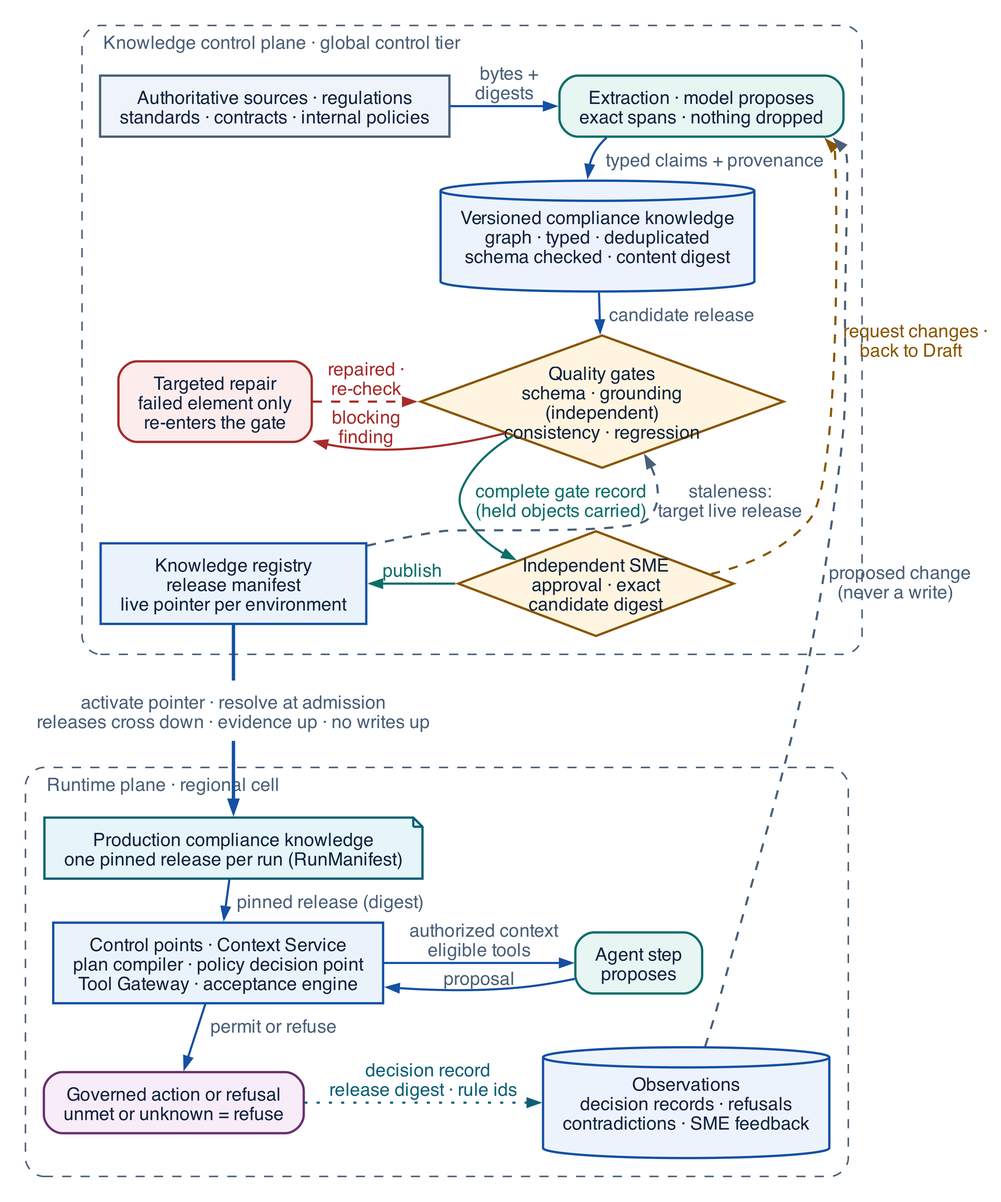
Before: assets/diagrams/knowledge-lifecycle.png, a diagram exported from Graphviz (rrahimi-uci/building-enterprise-general-intelligence). Its source is kept beside it as assets/diagrams/src/knowledge-lifecycle.gv. Its diagram source:
```dot
digraph knowledge_lifecycle {
  rankdir = TB
  graph [pad=0.12, ranksep=0.14, nodesep=0.30, forcelabels=true]
  node [fontsize=12]
  edge [fontsize=12]

  subgraph cluster_control {
    label="  Knowledge control plane · global control tier  "
    labeljust="l"
    fontsize=12
    fontcolor="#4A6078"
    color="#4A6078"
    style="dashed,rounded"
    margin=12

    sources [label="Authoritative sources · regulations\nstandards · contracts · internal policies",
             fillcolor="#EEF4FA", color="#4A6078", style=filled]
    extract [label="Extraction · model proposes\nexact spans · nothing dropped",
             fillcolor="#E7F5F3", color="#0D6E69"]
    graph_ [label="Versioned compliance knowledge\ngraph · typed · deduplicated\nschema checked · content digest",
            shape=cylinder, style=filled, fillcolor="#EDF3FC", color="#1450A3"]
    repair [label="Targeted repair\nfailed element only\nre-enters the gate",
            fillcolor="#FCECEC", color="#A62C2C"]
    gates [label="Quality gates\nschema · grounding\n(independent)\nconsistency · regression",
           shape=diamond, style=filled, fillcolor="#FFF4DF", color="#8A5600",
           height=1.2, width=2.5, margin="0.02,0.02"]
    approve [label="Independent SME\napproval · exact\ncandidate digest",
             shape=diamond, style=filled, fillcolor="#FFF4DF", color="#8A5600",
             height=0.95, width=2.5, margin="0.02,0.02"]
    registry [label="Knowledge registry\nrelease manifest\nlive pointer per environment",
              fillcolor="#EAF3FB", color="#1450A3", style=filled]

    { rank=same; sources; extract }
    { rank=same; repair; gates }
    { rank=same; registry; approve }
    sources -> extract [label="  bytes +\n  digests  "]
    extract -> graph_ [label="  typed claims + provenance  "]
    repair -> gates [style=invis]
    sources -> repair [style=invis]
    repair -> registry [style=invis]
    graph_ -> gates [label="  candidate release  "]
    gates -> approve [label="  complete gate record\n  (held objects carried)", color="#0D6E69", fontcolor="#0D6E69"]
  }

  boundary [shape=plaintext, style="", fontsize=12, fontcolor="#4A6078",
            label="activate pointer · resolve at admission\nreleases cross down · evidence up · no writes up"]

  subgraph cluster_runtime {
    label="  Runtime plane · regional cell  "
    labeljust="l"
    fontsize=12
    fontcolor="#4A6078"
    color="#4A6078"
    style="dashed,rounded"
    margin=12

    production [label="Production compliance knowledge\none pinned release per run (RunManifest)",
                shape=note, style=filled, fillcolor="#E6F5F9", color="#0B6076"]
    controls [label="Control points · Context Service\nplan compiler · policy decision point\nTool Gateway · acceptance engine",
              fillcolor="#EAF3FB", color="#1450A3", style=filled]
    agent [label="Agent step\nproposes", fillcolor="#E7F5F3", color="#0D6E69"]
    effect [label="Governed action or refusal\nunmet or unknown = refuse",
            fillcolor="#F7ECF8", color="#6A2E6E"]
    observe [label="Observations\ndecision records · refusals\ncontradictions · SME feedback",
             shape=cylinder, style=filled, fillcolor="#EDF3FC", color="#1450A3"]

    { rank=same; controls; agent }
    { rank=same; effect; observe }
    controls -> agent [label="  authorized context\n  eligible tools  "]
    agent -> controls [label="  proposal  "]
    effect -> observe [label="  decision record\n  release digest · rule ids  ", style=dotted,
                       color="#0B6076", fontcolor="#0B6076"]
  }

  gates -> repair [label="blocking\nfinding", color="#A62C2C", fontcolor="#A62C2C", constraint=false]
  repair -> gates [label="repaired ·\nre-check", style=dashed, color="#A62C2C", fontcolor="#A62C2C", constraint=false]
  approve -> extract [xlabel="  request changes ·\n  back to Draft  ", style=dashed,
                      color="#8A5600", fontcolor="#8A5600", constraint=false]
  approve -> registry [label="publish", color="#0D6E69", fontcolor="#0D6E69"]
  registry -> gates [label="staleness:\ntarget live release", style=dashed,
                     color="#4A6078", fontcolor="#4A6078", constraint=false]

  registry -> boundary [arrowhead=none, penwidth=2.2]
  boundary -> production [penwidth=2.2]

  production -> controls [label="  pinned release (digest)  "]
  controls -> effect [label="  permit or refuse  "]
  observe -> extract [xlabel="  proposed change\n  (never a write)  ", style=dashed,
                      color="#4A6078", fontcolor="#4A6078", constraint=false]
}
```
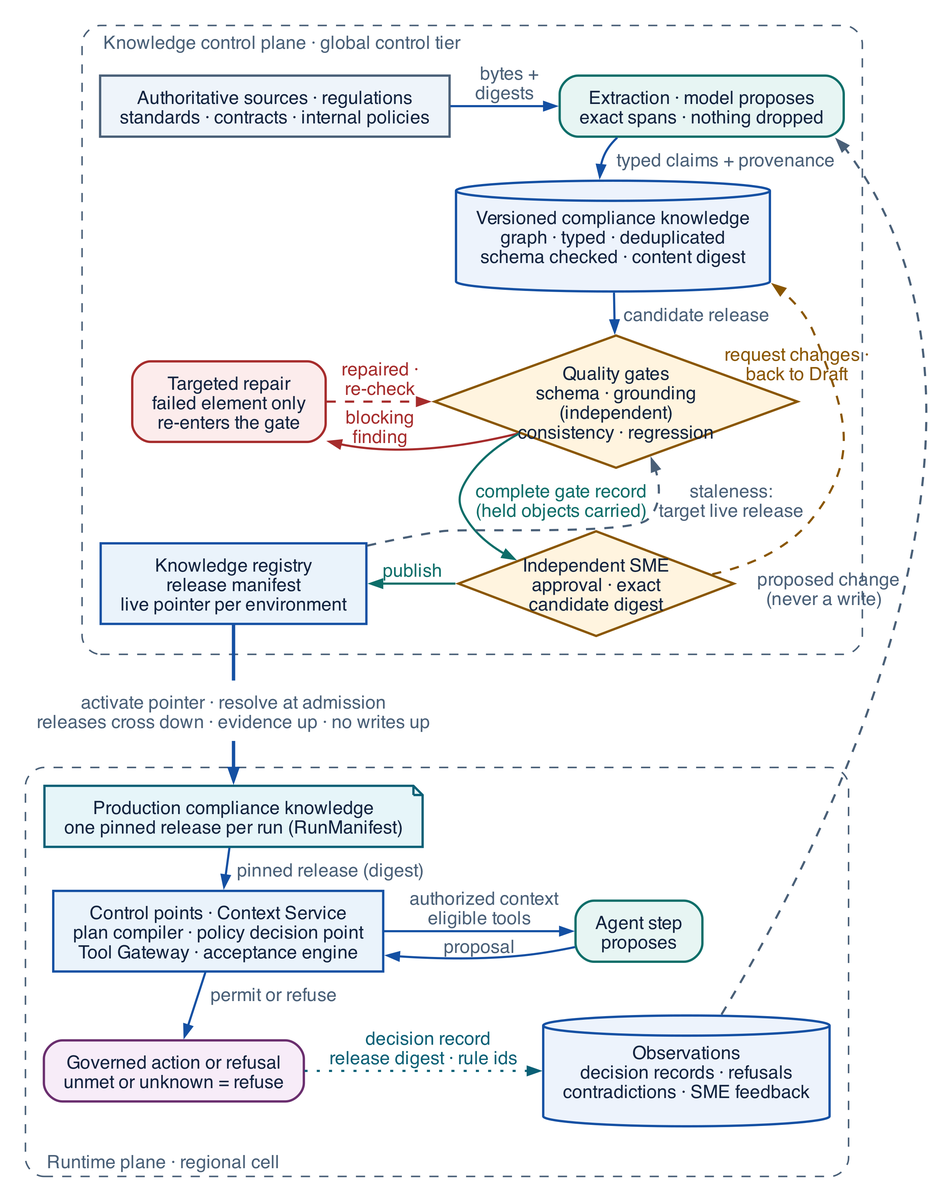
The same file after the commit.

Change to the diagram source:
```diff
@@ -48,6 +48,7 @@
   subgraph cluster_runtime {
     label="  Runtime plane · regional cell  "
     labeljust="l"
+    labelloc="b"
     fontsize=12
     fontcolor="#4A6078"
     color="#4A6078"
@@ -74,7 +75,7 @@
 
   gates -> repair [label="blocking\nfinding", color="#A62C2C", fontcolor="#A62C2C", constraint=false]
   repair -> gates [label="repaired ·\nre-check", style=dashed, color="#A62C2C", fontcolor="#A62C2C", constraint=false]
-  approve -> extract [xlabel="  request changes ·\n  back to Draft  ", style=dashed,
+  approve -> graph_ [headlabel="request changes ·\nback to Draft", labeldistance=5.5, labelangle=-35, style=dashed,
                       color="#8A5600", fontcolor="#8A5600", constraint=false]
   approve -> registry [label="publish", color="#0D6E69", fontcolor="#0D6E69"]
   registry -> gates [label="staleness:\ntarget live release", style=dashed,
```
